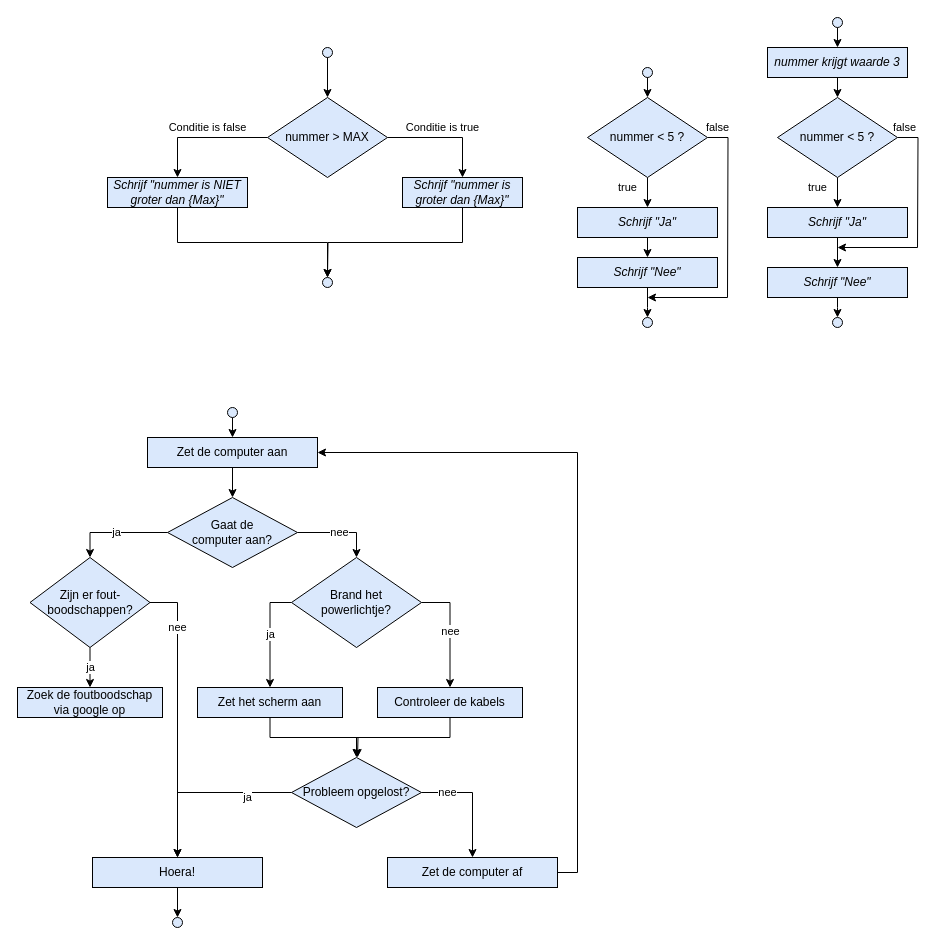
This is page "beslissingen" (3 of 9) of assets/svg diagrams.drawio from timdams/ziescherpscherper_gitbook, a draw.io file, before an edit. Source tidied: cells renumbered, new cells numbered last; positions are measured from the earlier drawing's top-left corner, leaving out a move shared by most shapes. Both pictures are drawn from the tidied source at 100%, with x=0, y=0 at pixel (17, 17).
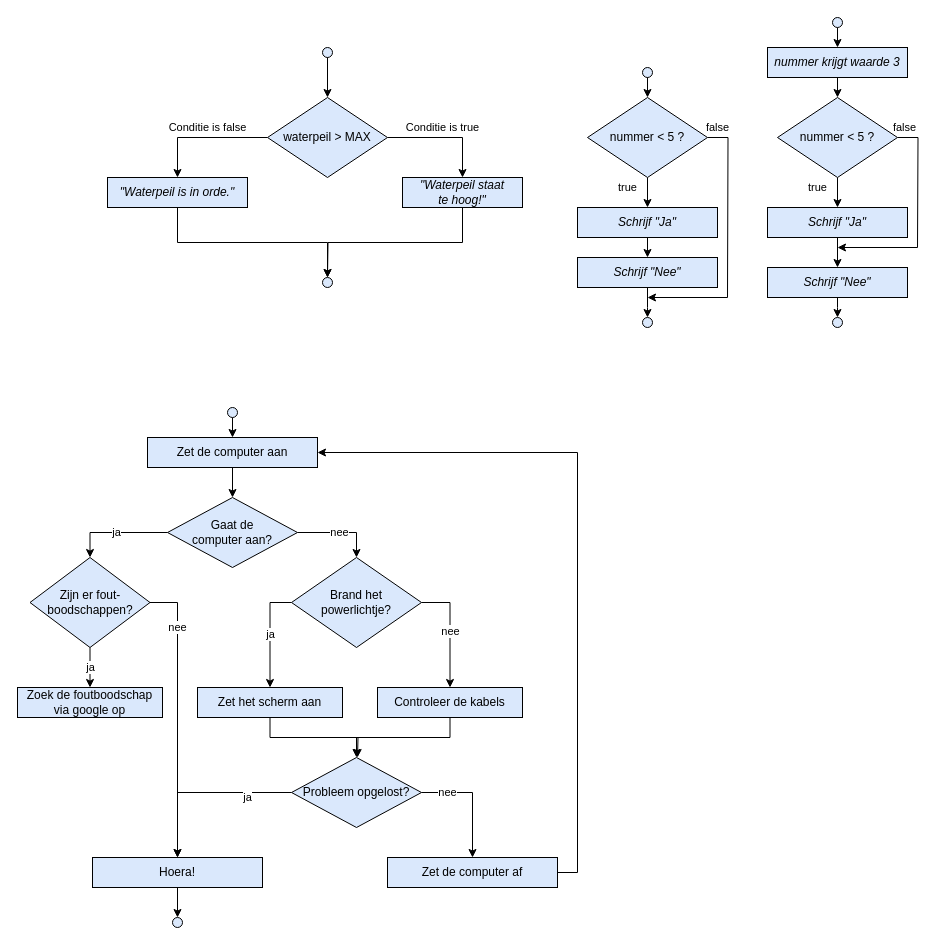
Above is the later version.

What changed in the source:
```diff
@@
-    <mxCell id="6" value="nummer &amp;gt; MAX" style="rhombus;whiteSpace=wrap;html=1;fillColor=#dae8fc;strokeColor=#000000;" parent="1" vertex="1">
+    <mxCell id="6" value="waterpeil &amp;gt; MAX" style="rhombus;whiteSpace=wrap;html=1;fillColor=#dae8fc;strokeColor=#000000;" parent="1" vertex="1">
       <mxGeometry x="250" y="80" width="120" height="80" as="geometry" />
     </mxCell>
@@
-    <mxCell id="9" value="&lt;i&gt;Schrijf &quot;nummer is groter dan {Max}&quot;&lt;/i&gt;" style="rounded=0;whiteSpace=wrap;html=1;fillColor=#dae8fc;strokeColor=#000000;" parent="1" vertex="1">
+    <mxCell id="9" value="&lt;i&gt;&quot;Waterpeil staat &lt;br&gt;te hoog!&quot;&lt;/i&gt;" style="rounded=0;whiteSpace=wrap;html=1;fillColor=#dae8fc;strokeColor=#000000;" parent="1" vertex="1">
       <mxGeometry x="385" y="160" width="120" height="30" as="geometry" />
     </mxCell>
@@
-    <mxCell id="11" value="&lt;i&gt;Schrijf &quot;nummer is NIET groter dan {Max}&quot;&lt;/i&gt;" style="rounded=0;whiteSpace=wrap;html=1;fillColor=#dae8fc;strokeColor=#000000;" parent="1" vertex="1">
+    <mxCell id="11" value="&lt;i&gt;&quot;Waterpeil is in orde.&quot;&lt;/i&gt;" style="rounded=0;whiteSpace=wrap;html=1;fillColor=#dae8fc;strokeColor=#000000;" parent="1" vertex="1">
       <mxGeometry x="90" y="160" width="140" height="30" as="geometry" />
     </mxCell>
```
